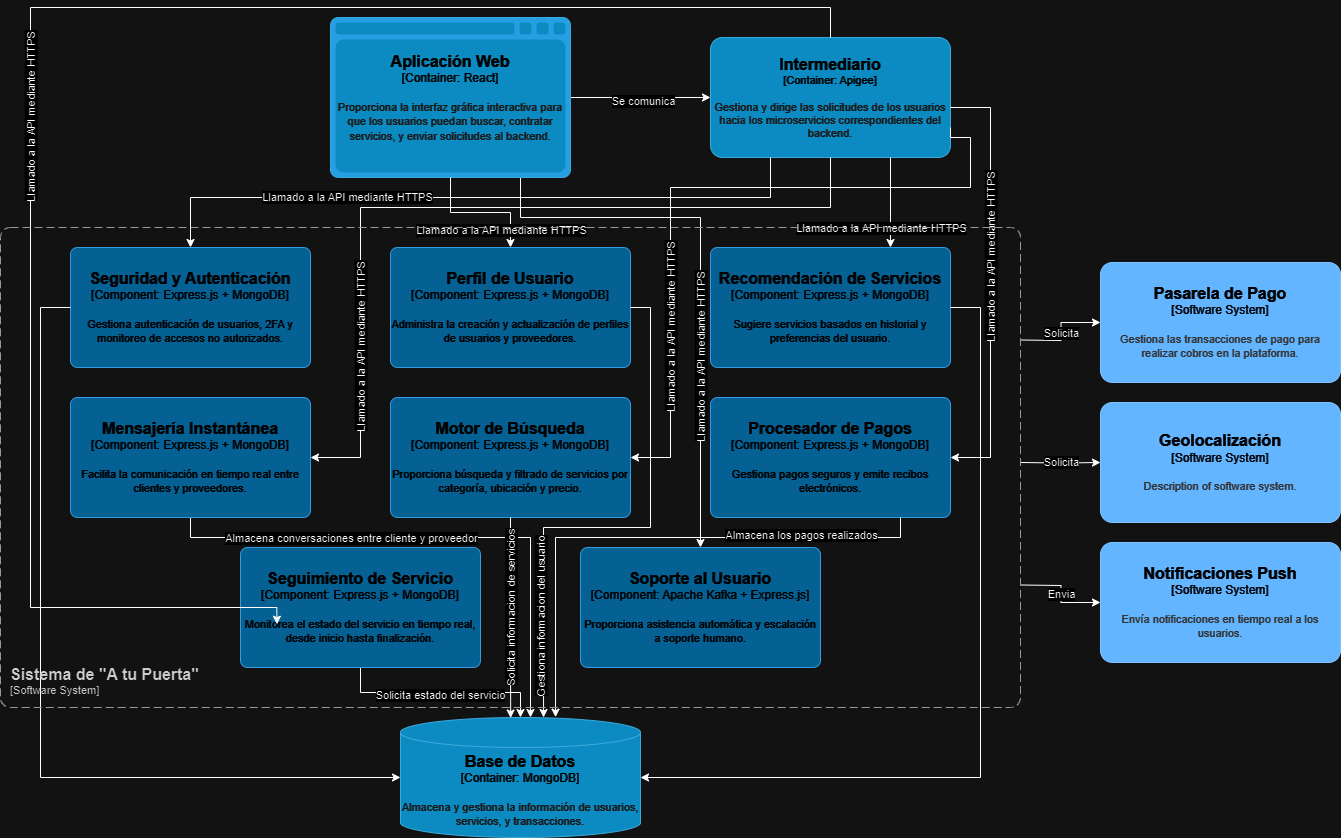
The draw.io diagram 5/5.3/Diagrama.png in ulima-arqui242/arqui242-grupo7, before a commit. Source tidied: cells renumbered, new cells last; positions are measured from the earlier drawing's top-left corner, leaving out a move shared by most shapes.
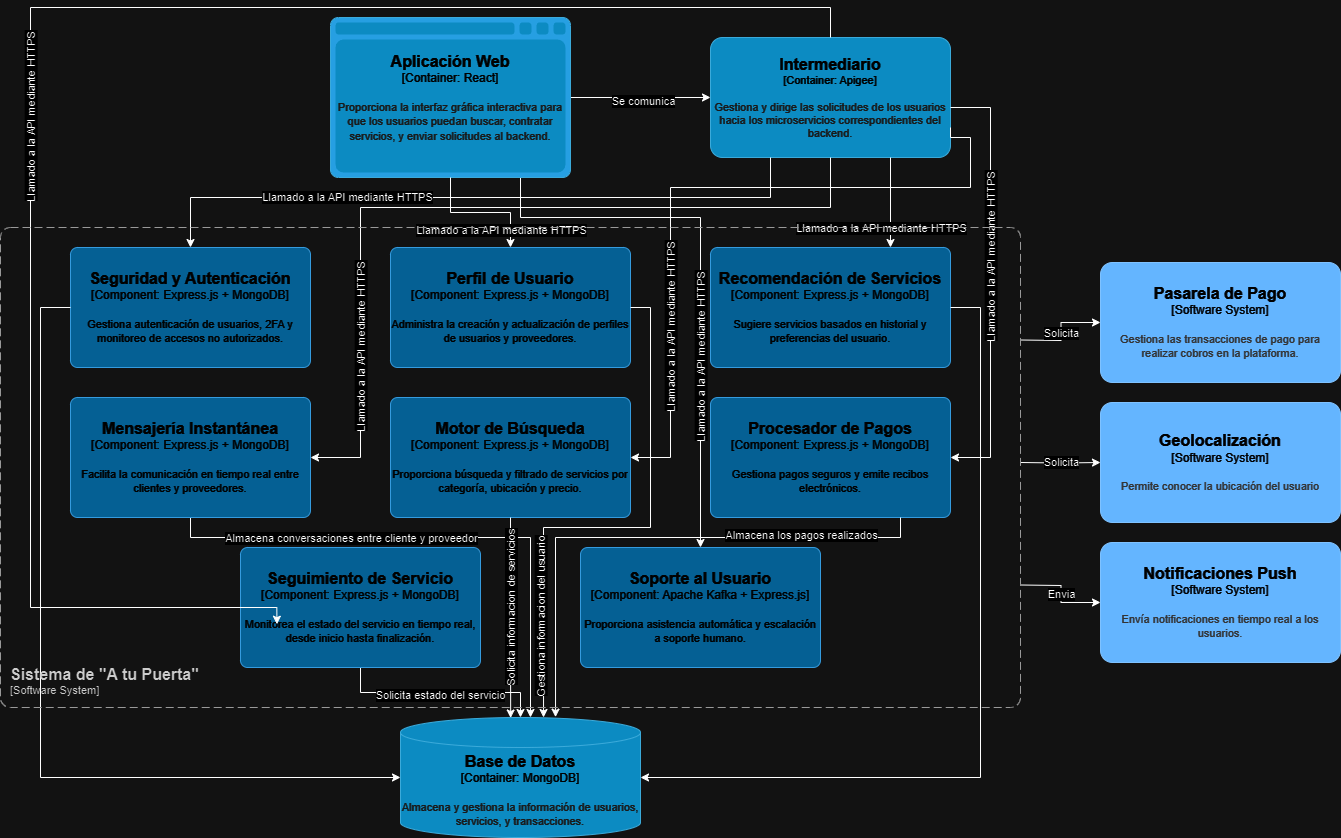
Later version of the same file.

The edit, as a diff of the source:
```diff
@@ -92,7 +92,7 @@
         <mxGeometry x="240" y="540" width="240" height="120" as="geometry" />
       </mxCell>
     </object>
-    <object id="20" label="&lt;font style=&quot;font-size: 16px&quot;&gt;&lt;b&gt;%c4Name%&lt;/b&gt;&lt;/font&gt;&lt;div&gt;[%c4Type%]&lt;/div&gt;&lt;br&gt;&lt;div&gt;&lt;font style=&quot;font-size: 11px&quot;&gt;&lt;font color=&quot;#cccccc&quot;&gt;%c4Description%&lt;/font&gt;&lt;/div&gt;" c4Description="Description of software system." c4Name="Geolocalización" c4Type="Software System" placeholders="1">
+    <object id="20" label="&lt;font style=&quot;font-size: 16px&quot;&gt;&lt;b&gt;%c4Name%&lt;/b&gt;&lt;/font&gt;&lt;div&gt;[%c4Type%]&lt;/div&gt;&lt;br&gt;&lt;div&gt;&lt;font style=&quot;font-size: 11px&quot;&gt;&lt;font color=&quot;#cccccc&quot;&gt;%c4Description%&lt;/font&gt;&lt;/div&gt;" c4Description="Permite conocer la ubicación del usuario" c4Name="Geolocalización" c4Type="Software System" placeholders="1">
       <mxCell style="rounded=1;whiteSpace=wrap;html=1;labelBackgroundColor=none;fillColor=#1061B0;fontColor=#ffffff;align=center;arcSize=10;strokeColor=#0D5091;points=[[0.25,0,0],[0.5,0,0],[0.75,0,0],[1,0.25,0],[1,0.5,0],[1,0.75,0],[0.75,1,0],[0.5,1,0],[0.25,1,0],[0,0.75,0],[0,0.5,0],[0,0.25,0]];" parent="1" vertex="1">
         <mxGeometry x="1100" y="395" width="240" height="120" as="geometry" />
       </mxCell>
```
